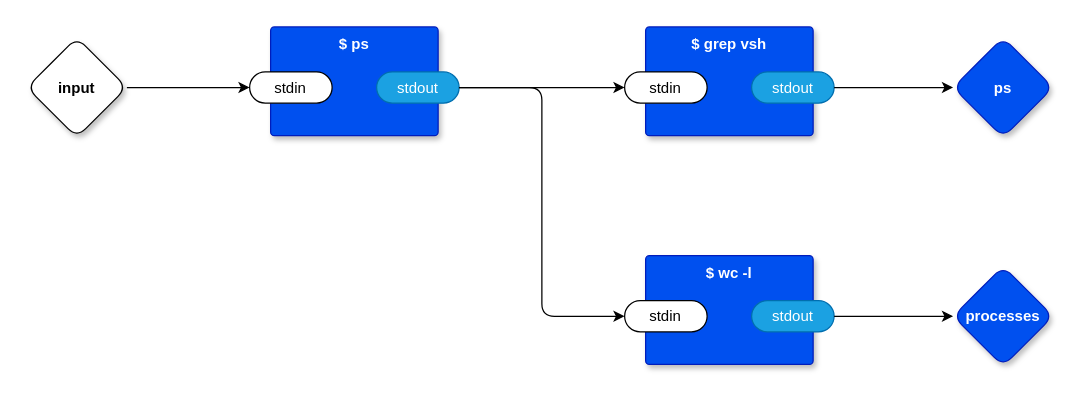
The draw.io diagram vsh.drawio in guitarvydas/odin0d, before the edit. Source tidied: cells renumbered, new cells numbered last; positions are measured from the earlier drawing's top-left corner, leaving out a move shared by most shapes. Both pictures are drawn from the tidied source at 125%, with x=0, y=0 at pixel (26, 26).
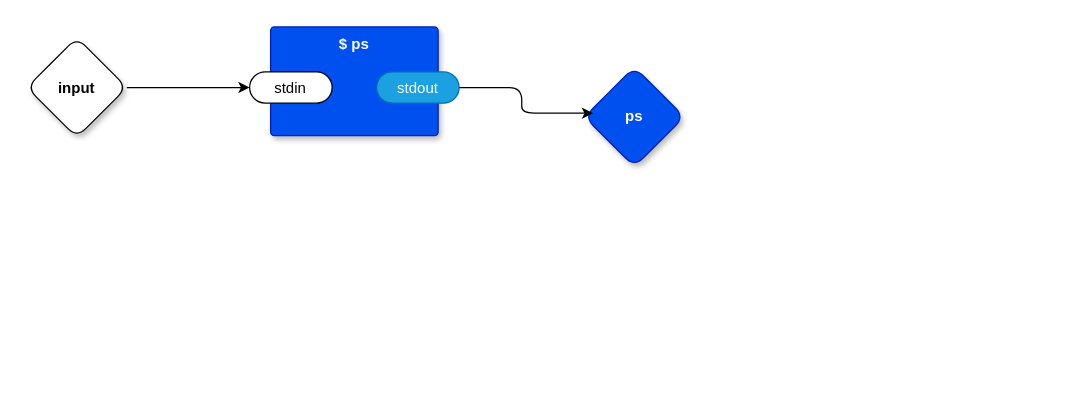
After the change.

The edit, as a diff of the source:
```diff
@@
 <mxGraphModel>
   <root>
     <mxCell id="0" />
     <mxCell id="1" parent="0" />
     <mxCell id="2" style="edgeStyle=orthogonalEdgeStyle;rounded=1;jettySize=auto;html=1;exitX=1;exitY=0.5;exitDx=0;exitDy=0;exitPerimeter=0;entryX=0;entryY=0.5;entryDx=0;entryDy=0;entryPerimeter=0;" parent="1" edge="1" source="3" target="6">
       <mxGeometry relative="1" as="geometry" />
     </mxCell>
     <mxCell id="3" value="input" style="rhombus;whiteSpace=wrap;html=1;rounded=1;fontStyle=1;glass=0;sketch=0;fontSize=12;points=[[0,0.5,0,0,0],[0.5,0,0,0,0],[0.5,1,0,0,0],[1,0.5,0,0,0]];shadow=1;" parent="1" vertex="1">
       <mxGeometry y="8.5" width="80" height="80" as="geometry" />
     </mxCell>
     <mxCell id="4" value="ps" style="rhombus;whiteSpace=wrap;html=1;rounded=1;fillColor=#0050ef;fontColor=#ffffff;strokeColor=#001DBC;fontStyle=1;glass=0;sketch=0;fontSize=12;points=[[0,0.5,0,0,0],[0.5,0,0,0,0],[0.5,1,0,0,0],[1,0.5,0,0,0]];shadow=1;" parent="1" vertex="1">
-      <mxGeometry x="741" y="8.5" width="80" height="80" as="geometry" />
+      <mxGeometry x="446" y="32" width="80" height="80" as="geometry" />
     </mxCell>
     <mxCell id="5" value="$ ps" style="rounded=1;whiteSpace=wrap;html=1;sketch=0;verticalAlign=top;arcSize=6;fontStyle=1;absoluteArcSize=1;shadow=1;strokeColor=#001DBC;fillColor=#0050ef;fontColor=#ffffff;" parent="1" vertex="1">
       <mxGeometry x="195" width="134" height="87" as="geometry" />
     </mxCell>
     <mxCell id="6" value="stdin" style="rounded=1;whiteSpace=wrap;html=1;sketch=0;points=[[0,0.5,0,0,0],[1,0.5,0,0,0]];arcSize=50;" parent="5" vertex="1">
       <mxGeometry x="-16.8" y="36" width="66" height="25" as="geometry" />
     </mxCell>
     <mxCell id="7" value="stdout" style="rounded=1;whiteSpace=wrap;html=1;sketch=0;points=[[0,0.5,0,0,0],[1,0.5,0,0,0]];fillColor=#1ba1e2;fontColor=#ffffff;strokeColor=#006EAF;arcSize=50;" parent="5" vertex="1">
       <mxGeometry x="84.8" y="36" width="66" height="25" as="geometry" />
     </mxCell>
-    <mxCell id="8" value="$ grep vsh" style="rounded=1;whiteSpace=wrap;html=1;sketch=0;verticalAlign=top;arcSize=6;fontStyle=1;absoluteArcSize=1;shadow=1;strokeColor=#001DBC;fillColor=#0050ef;fontColor=#ffffff;" parent="1" vertex="1">
-      <mxGeometry x="495" width="134" height="87" as="geometry" />
-    </mxCell>
-    <mxCell id="9" value="stdin" style="rounded=1;whiteSpace=wrap;html=1;sketch=0;points=[[0,0.5,0,0,0],[1,0.5,0,0,0]];arcSize=50;" parent="8" vertex="1">
-      <mxGeometry x="-16.8" y="36" width="66" height="25" as="geometry" />
-    </mxCell>
-    <mxCell id="10" value="stdout" style="rounded=1;whiteSpace=wrap;html=1;sketch=0;points=[[0,0.5,0,0,0],[1,0.5,0,0,0]];fillColor=#1ba1e2;fontColor=#ffffff;strokeColor=#006EAF;arcSize=50;" parent="8" vertex="1">
-      <mxGeometry x="84.8" y="36" width="66" height="25" as="geometry" />
-    </mxCell>
-    <mxCell id="11" style="edgeStyle=orthogonalEdgeStyle;rounded=1;jettySize=auto;html=1;exitX=1;exitY=0.5;exitDx=0;exitDy=0;exitPerimeter=0;entryX=0;entryY=0.5;entryDx=0;entryDy=0;entryPerimeter=0;" parent="1" edge="1" source="7" target="9">
+    <mxCell id="11" style="edgeStyle=orthogonalEdgeStyle;rounded=1;jettySize=auto;html=1;exitX=1;exitY=0.5;exitDx=0;exitDy=0;exitPerimeter=0;entryX=0.088;entryY=0.463;entryDx=0;entryDy=0;entryPerimeter=0;" parent="1" edge="1" source="7" target="4">
       <mxGeometry relative="1" as="geometry" />
     </mxCell>
-    <mxCell id="12" style="edgeStyle=orthogonalEdgeStyle;rounded=1;jettySize=auto;html=1;exitX=1;exitY=0.5;exitDx=0;exitDy=0;exitPerimeter=0;entryX=0;entryY=0.5;entryDx=0;entryDy=0;entryPerimeter=0;" parent="1" edge="1" source="10" target="4">
-      <mxGeometry relative="1" as="geometry" />
-    </mxCell>
-    <mxCell id="13" value="$ wc -l" style="rounded=1;whiteSpace=wrap;html=1;sketch=0;verticalAlign=top;arcSize=6;fontStyle=1;absoluteArcSize=1;shadow=1;strokeColor=#001DBC;fillColor=#0050ef;fontColor=#ffffff;" parent="1" vertex="1">
-      <mxGeometry x="495" y="183" width="134" height="87" as="geometry" />
-    </mxCell>
-    <mxCell id="14" value="stdin" style="rounded=1;whiteSpace=wrap;html=1;sketch=0;points=[[0,0.5,0,0,0],[1,0.5,0,0,0]];arcSize=50;" parent="13" vertex="1">
-      <mxGeometry x="-16.8" y="36" width="66" height="25" as="geometry" />
-    </mxCell>
-    <mxCell id="15" value="stdout" style="rounded=1;whiteSpace=wrap;html=1;sketch=0;points=[[0,0.5,0,0,0],[1,0.5,0,0,0]];fillColor=#1ba1e2;fontColor=#ffffff;strokeColor=#006EAF;arcSize=50;" parent="13" vertex="1">
-      <mxGeometry x="84.8" y="36" width="66" height="25" as="geometry" />
-    </mxCell>
-    <mxCell id="16" style="edgeStyle=orthogonalEdgeStyle;rounded=1;jettySize=auto;html=1;exitX=1;exitY=0.5;exitDx=0;exitDy=0;exitPerimeter=0;entryX=0;entryY=0.5;entryDx=0;entryDy=0;entryPerimeter=0;" parent="1" edge="1" source="7" target="14">
-      <mxGeometry relative="1" as="geometry" />
-    </mxCell>
-    <mxCell id="17" value="processes" style="rhombus;whiteSpace=wrap;html=1;rounded=1;fillColor=#0050ef;fontColor=#ffffff;strokeColor=#001DBC;fontStyle=1;glass=0;sketch=0;fontSize=12;points=[[0,0.5,0,0,0],[0.5,0,0,0,0],[0.5,1,0,0,0],[1,0.5,0,0,0]];shadow=1;" parent="1" vertex="1">
-      <mxGeometry x="741" y="191.5" width="80" height="80" as="geometry" />
-    </mxCell>
-    <mxCell id="18" style="edgeStyle=orthogonalEdgeStyle;rounded=1;jettySize=auto;html=1;exitX=1;exitY=0.5;exitDx=0;exitDy=0;exitPerimeter=0;entryX=0;entryY=0.5;entryDx=0;entryDy=0;entryPerimeter=0;" parent="1" edge="1" source="15" target="17">
-      <mxGeometry relative="1" as="geometry" />
-    </mxCell>
   </root>
 </mxGraphModel>
```
